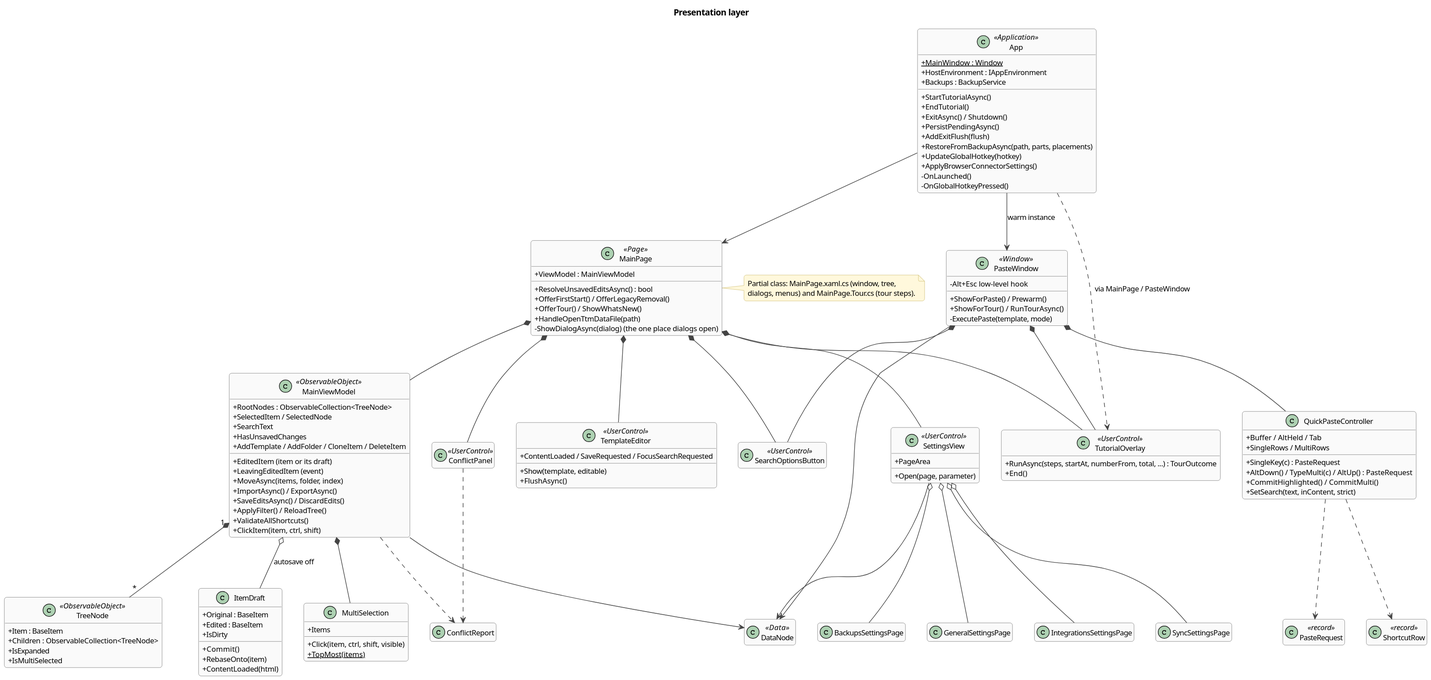
Before: docs/architecture/diagrams/class-ui.svg, a diagram exported from PlantUML (halatsWol/TextTemplateManager-v2). The source it was exported from:
```plantuml
@startuml
!include _style.iuml
title Presentation layer

class App <<Application>> {
  +{static} MainWindow : Window
  +HostEnvironment : IAppEnvironment
  +Backups : BackupService
  +StartTutorialAsync()
  +EndTutorial()
  +ExitAsync() / Shutdown()
  +PersistPendingAsync()
  +AddExitFlush(flush)
  +RestoreFromBackupAsync(path, parts, placements)
  +UpdateGlobalHotkey(hotkey)
  +ApplyBrowserConnectorSettings()
  -OnLaunched()
  -OnGlobalHotkeyPressed()
}

class MainPage <<Page>> {
  +ViewModel : MainViewModel
  +ResolveUnsavedEditsAsync() : bool
  +OfferFirstStart() / OfferLegacyRemoval()
  +OfferTour() / ShowWhatsNew()
  +HandleOpenTtmDataFile(path)
  -ShowDialogAsync(dialog)  (the one place dialogs open)
}
note right of MainPage
  Partial class: MainPage.xaml.cs (window, tree,
  dialogs, menus) and MainPage.Tour.cs (tour steps).
end note

class MainViewModel <<ObservableObject>> {
  +RootNodes : ObservableCollection<TreeNode>
  +SelectedItem / SelectedNode
  +EditedItem  (item or its draft)
  +SearchText
  +HasUnsavedChanges
  +LeavingEditedItem (event)
  +AddTemplate / AddFolder / CloneItem / DeleteItem
  +MoveAsync(items, folder, index)
  +ImportAsync() / ExportAsync()
  +SaveEditsAsync() / DiscardEdits()
  +ApplyFilter() / ReloadTree()
  +ValidateAllShortcuts()
  +ClickItem(item, ctrl, shift)
}
class TreeNode <<ObservableObject>> {
  +Item : BaseItem
  +Children : ObservableCollection<TreeNode>
  +IsExpanded
  +IsMultiSelected
}
class ItemDraft {
  +Original : BaseItem
  +Edited : BaseItem
  +IsDirty
  +Commit()
  +RebaseOnto(item)
  +ContentLoaded(html)
}
class MultiSelection {
  +Items
  +Click(item, ctrl, shift, visible)
  +{static} TopMost(items)
}
class ConflictReport
class ConflictPanel <<UserControl>>
class TemplateEditor <<UserControl>> {
  +Show(template, editable)
  +FlushAsync()
  +ContentLoaded / SaveRequested / FocusSearchRequested
}
class SettingsView <<UserControl>> {
  +Open(page, parameter)
  +PageArea
}
class GeneralSettingsPage
class IntegrationsSettingsPage
class SyncSettingsPage
class BackupsSettingsPage
class SearchOptionsButton <<UserControl>>
class TutorialOverlay <<UserControl>> {
  +RunAsync(steps, startAt, numberFrom, total, ...) : TourOutcome
  +End()
}

class PasteWindow <<Window>> {
  +ShowForPaste() / Prewarm()
  +ShowForTour() / RunTourAsync()
  -ExecutePaste(template, mode)
  -Alt+Esc low-level hook
}
class QuickPasteController {
  +Buffer / AltHeld / Tab
  +SingleRows / MultiRows
  +SingleKey(c) : PasteRequest
  +AltDown() / TypeMulti(c) / AltUp() : PasteRequest
  +CommitHighlighted() / CommitMulti()
  +SetSearch(text, inContent, strict)
}
class ShortcutRow <<record>>
class PasteRequest <<record>>

App --> MainPage
App --> PasteWindow : warm instance
App ..> TutorialOverlay : via MainPage / PasteWindow
MainPage *-- MainViewModel
MainPage *-- TemplateEditor
MainPage *-- SettingsView
MainPage *-- ConflictPanel
MainPage *-- SearchOptionsButton
MainPage *-- TutorialOverlay
MainViewModel "1" *-- "*" TreeNode
MainViewModel o-- ItemDraft : autosave off
MainViewModel *-- MultiSelection
MainViewModel ..> ConflictReport
ConflictPanel ..> ConflictReport
SettingsView o-- GeneralSettingsPage
SettingsView o-- IntegrationsSettingsPage
SettingsView o-- SyncSettingsPage
SettingsView o-- BackupsSettingsPage
PasteWindow *-- QuickPasteController
PasteWindow *-- SearchOptionsButton
PasteWindow *-- TutorialOverlay
QuickPasteController ..> ShortcutRow
QuickPasteController ..> PasteRequest

class DataNode <<Data>>
MainViewModel --> DataNode
PasteWindow --> DataNode
SettingsView --> DataNode
@enduml
```
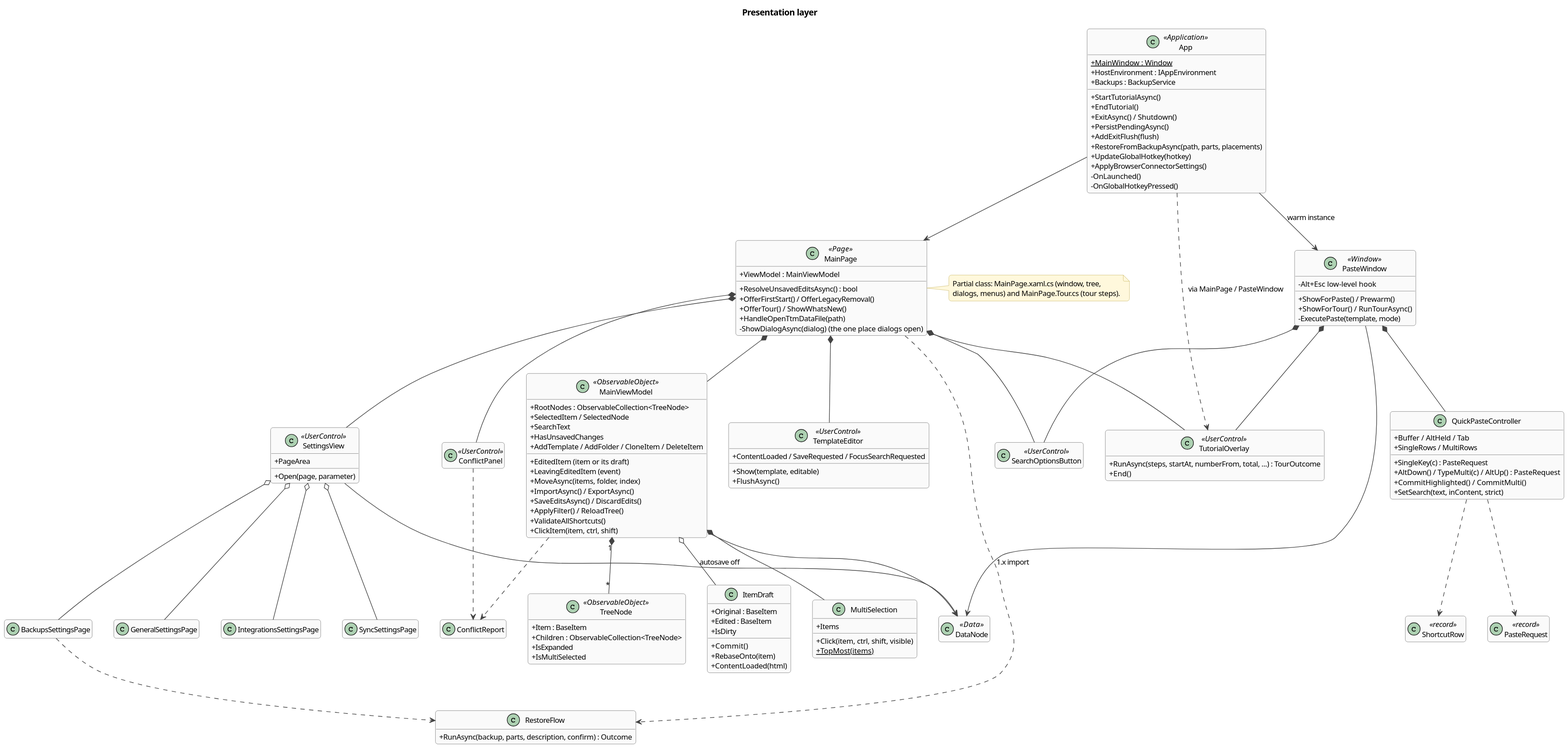
After the change.

Commit message:
first start: import from 1.x restores right away, no detour via Settings

Change to the diagram source:
```diff
@@ -80,6 +80,9 @@
 class IntegrationsSettingsPage
 class SyncSettingsPage
 class BackupsSettingsPage
+class RestoreFlow {
+  +RunAsync(backup, parts, description, confirm) : Outcome
+}
 class SearchOptionsButton <<UserControl>>
 class TutorialOverlay <<UserControl>> {
   +RunAsync(steps, startAt, numberFrom, total, ...) : TourOutcome
@@ -121,6 +124,8 @@
 SettingsView o-- IntegrationsSettingsPage
 SettingsView o-- SyncSettingsPage
 SettingsView o-- BackupsSettingsPage
+BackupsSettingsPage ..> RestoreFlow
+MainPage ..> RestoreFlow : 1.x import
 PasteWindow *-- QuickPasteController
 PasteWindow *-- SearchOptionsButton
 PasteWindow *-- TutorialOverlay
```
